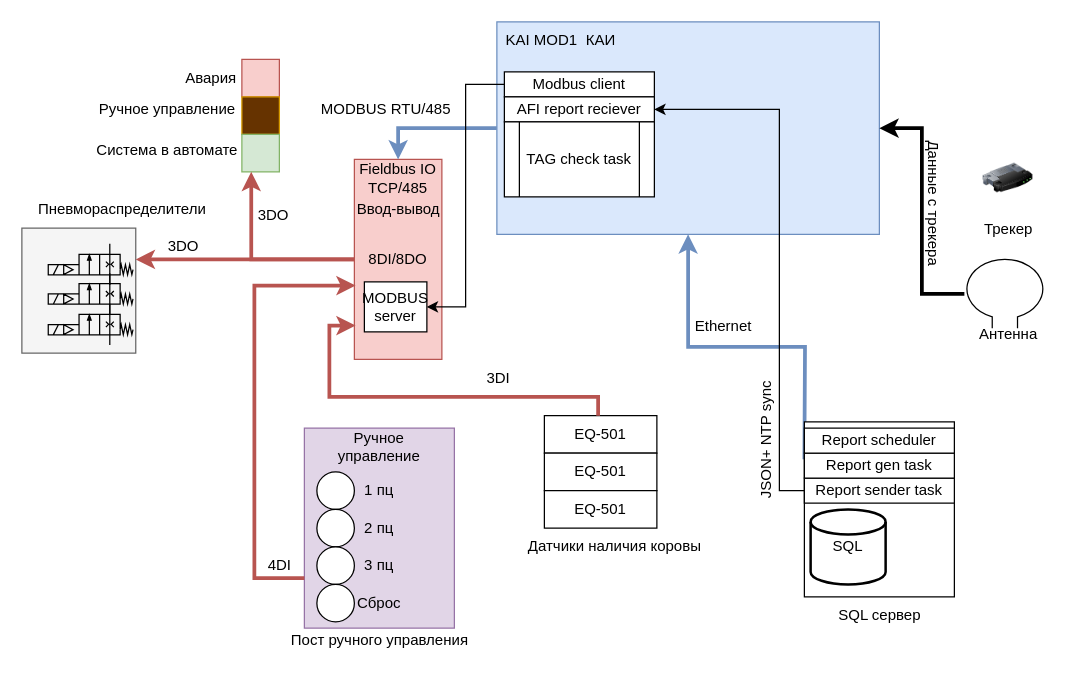
megavad/Diagrams keeps this draw.io diagram as page "Общая схема" (1 of 3) of KAI.drawio. Above is the earlier version. Source tidied: cells renumbered, new cells numbered last; positions are measured from the earlier drawing's top-left corner, leaving out a move shared by most shapes. Both pictures are drawn from the tidied source at 125%, with x=0, y=0 at pixel (21, 21).
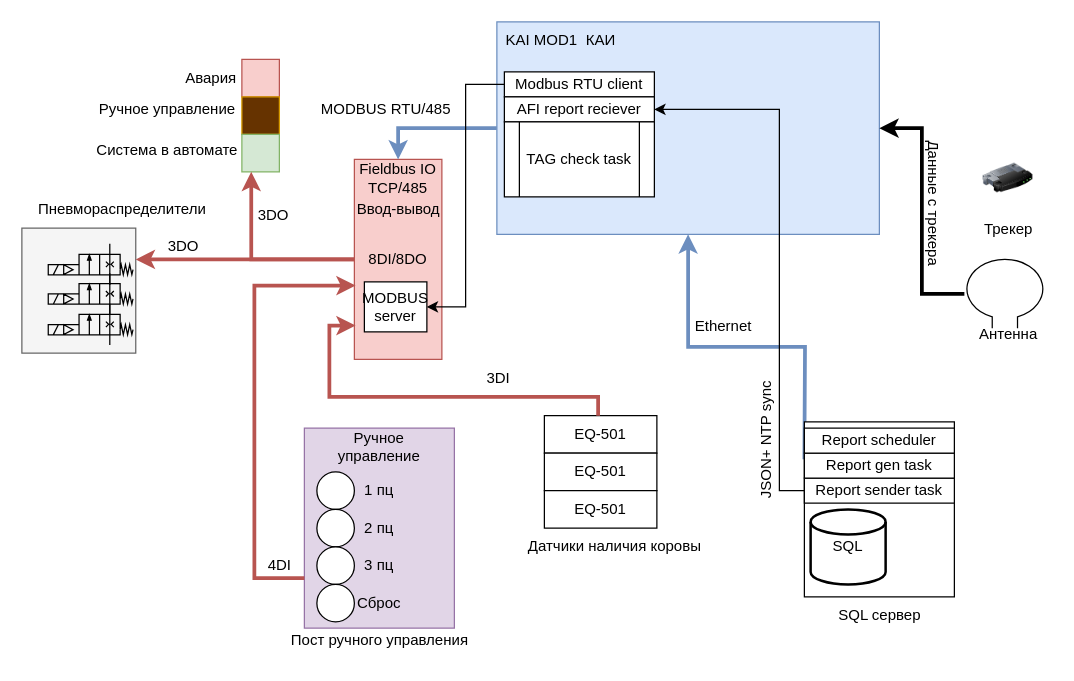
The same page after the edit.

What changed in the source:
```diff
@@
-    <mxCell id="30" value="Modbus client" style="rounded=0;whiteSpace=wrap;html=1;" parent="1" vertex="1">
+    <mxCell id="30" value="Modbus RTU client" style="rounded=0;whiteSpace=wrap;html=1;" parent="1" vertex="1">
       <mxGeometry x="386" y="40" width="120" height="20" as="geometry" />
     </mxCell>
```
